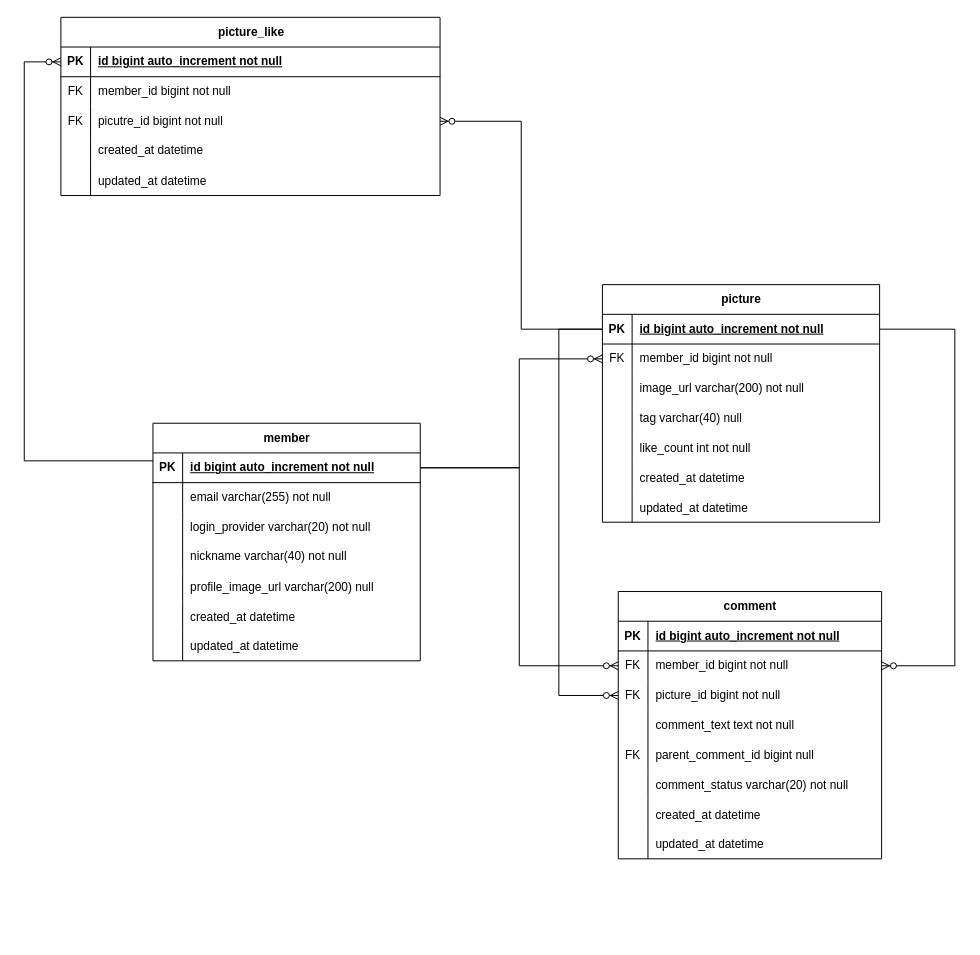
Earlier version of the draw.io diagram src/main/resources/soongan-backend-erd.drawio (captures-2024/soongan-backend). Source tidied: cells renumbered, new cells numbered last; positions are measured from the earlier drawing's top-left corner, leaving out a move shared by most shapes. Both pictures are drawn from the tidied source at 99%, with x=0, y=0 at pixel (24, 17).
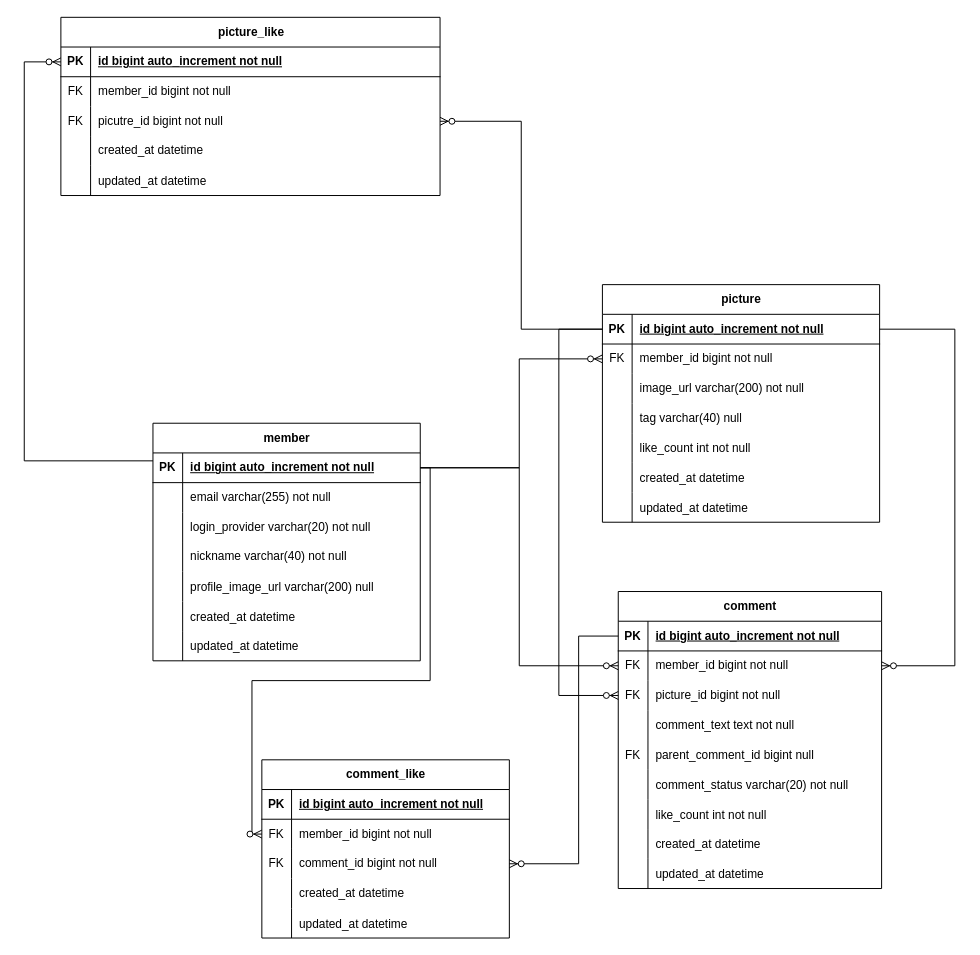
The same page after the edit.

The change refers to these unchanged cells:
```xml
<mxCell id="3" style="shape=tableRow;horizontal=0;startSize=0;swimlaneHead=0;swimlaneBody=0;fillColor=none;points=[[0,0.5],[1,0.5]];portConstraint=eastwest;top=0;left=0;right=0;bottom=1;" parent="2" vertex="1">
  <mxGeometry y="30" width="270" height="30" as="geometry" />
</mxCell>
<mxCell id="68" style="shape=tableRow;horizontal=0;startSize=0;swimlaneHead=0;swimlaneBody=0;fillColor=none;points=[[0,0.5],[1,0.5]];portConstraint=eastwest;top=0;left=0;right=0;bottom=1;" parent="67" vertex="1">
  <mxGeometry y="30" width="266" height="30" as="geometry" />
</mxCell>
```

The edit, as a diff of the source:
```diff
@@
     <mxCell id="67" value="comment" style="shape=table;startSize=30;childLayout=tableLayout;rowLines=0;fontStyle=1;align=center;html=1;" parent="1" vertex="1">
-      <mxGeometry x="600" y="580" width="266" height="270" as="geometry" />
+      <mxGeometry x="600" y="580" width="266" height="300" as="geometry" />
     </mxCell>
@@
+    <mxCell id="93" style="shape=tableRow;horizontal=0;startSize=0;swimlaneHead=0;swimlaneBody=0;fillColor=none;top=0;left=0;right=0;bottom=0;" parent="67" vertex="1">
+      <mxGeometry y="210" width="266" height="30" as="geometry" />
+    </mxCell>
+    <mxCell id="94" style="shape=partialRectangle;fillColor=none;top=0;left=0;bottom=0;right=0;overflow=hidden;" parent="93" vertex="1">
+      <mxGeometry width="30" height="30" as="geometry" />
+    </mxCell>
+    <mxCell id="95" value="like_count int not null" style="shape=partialRectangle;fillColor=none;top=0;left=0;bottom=0;right=0;align=left;spacingLeft=6;overflow=hidden;" parent="93" vertex="1">
+      <mxGeometry x="30" width="236" height="30" as="geometry" />
+    </mxCell>
     <mxCell id="86" style="shape=tableRow;horizontal=0;startSize=0;swimlaneHead=0;swimlaneBody=0;fillColor=none;top=0;left=0;right=0;bottom=0;" parent="67" vertex="1">
-      <mxGeometry y="210" width="266" height="30" as="geometry" />
+      <mxGeometry y="240" width="266" height="30" as="geometry" />
     </mxCell>
@@
     <mxCell id="89" style="shape=tableRow;horizontal=0;startSize=0;swimlaneHead=0;swimlaneBody=0;fillColor=none;top=0;left=0;right=0;bottom=0;" parent="67" vertex="1">
-      <mxGeometry y="240" width="266" height="30" as="geometry" />
+      <mxGeometry y="270" width="266" height="30" as="geometry" />
     </mxCell>
@@
+    <mxCell id="96" value="comment_like" style="shape=table;startSize=30;childLayout=tableLayout;rowLines=0;fontStyle=1;align=center;html=1;" parent="1" vertex="1">
+      <mxGeometry x="240" y="750" width="250" height="180" as="geometry" />
+    </mxCell>
+    <mxCell id="97" style="shape=tableRow;horizontal=0;startSize=0;swimlaneHead=0;swimlaneBody=0;fillColor=none;top=0;left=0;right=0;bottom=1;" parent="96" vertex="1">
+      <mxGeometry y="30" width="250" height="30" as="geometry" />
+    </mxCell>
+    <mxCell id="98" value="PK" style="shape=partialRectangle;fillColor=none;top=0;left=0;bottom=0;right=0;fontStyle=1;overflow=hidden;whiteSpace=wrap;html=1;" parent="97" vertex="1">
+      <mxGeometry width="30" height="30" as="geometry" />
+    </mxCell>
+    <mxCell id="99" value="id bigint auto_increment not null" style="shape=partialRectangle;fillColor=none;top=0;left=0;bottom=0;right=0;align=left;spacingLeft=6;fontStyle=5;overflow=hidden;whiteSpace=wrap;html=1;" parent="97" vertex="1">
+      <mxGeometry x="30" width="220" height="30" as="geometry" />
+    </mxCell>
+    <mxCell id="100" style="shape=tableRow;horizontal=0;startSize=0;swimlaneHead=0;swimlaneBody=0;fillColor=none;points=[[0,0.5],[1,0.5]];portConstraint=eastwest;top=0;left=0;right=0;bottom=0;" parent="96" vertex="1">
+      <mxGeometry y="60" width="250" height="30" as="geometry" />
+    </mxCell>
+    <mxCell id="101" value="FK" style="shape=partialRectangle;fillColor=none;top=0;left=0;bottom=0;right=0;overflow=hidden;whiteSpace=wrap;html=1;" parent="100" vertex="1">
+      <mxGeometry width="30" height="30" as="geometry" />
+    </mxCell>
+    <mxCell id="102" value="member_id bigint not null" style="shape=partialRectangle;fillColor=none;top=0;left=0;bottom=0;right=0;align=left;spacingLeft=6;overflow=hidden;whiteSpace=wrap;html=1;" parent="100" vertex="1">
+      <mxGeometry x="30" width="220" height="30" as="geometry" />
+    </mxCell>
+    <mxCell id="103" style="shape=tableRow;horizontal=0;startSize=0;swimlaneHead=0;swimlaneBody=0;fillColor=none;points=[[0,0.5],[1,0.5]];portConstraint=eastwest;top=0;left=0;right=0;bottom=0;" parent="96" vertex="1">
+      <mxGeometry y="90" width="250" height="30" as="geometry" />
+    </mxCell>
+    <mxCell id="104" value="FK" style="shape=partialRectangle;fillColor=none;top=0;left=0;bottom=0;right=0;overflow=hidden;whiteSpace=wrap;html=1;" parent="103" vertex="1">
+      <mxGeometry width="30" height="30" as="geometry" />
+    </mxCell>
+    <mxCell id="105" value="comment_id bigint not null" style="shape=partialRectangle;fillColor=none;top=0;left=0;bottom=0;right=0;align=left;spacingLeft=6;overflow=hidden;whiteSpace=wrap;html=1;" parent="103" vertex="1">
+      <mxGeometry x="30" width="220" height="30" as="geometry" />
+    </mxCell>
+    <mxCell id="106" style="shape=tableRow;horizontal=0;startSize=0;swimlaneHead=0;swimlaneBody=0;fillColor=none;top=0;left=0;right=0;bottom=0;" parent="96" vertex="1">
+      <mxGeometry y="120" width="250" height="30" as="geometry" />
+    </mxCell>
+    <mxCell id="107" style="shape=partialRectangle;fillColor=none;top=0;left=0;bottom=0;right=0;overflow=hidden;whiteSpace=wrap;html=1;" parent="106" vertex="1">
+      <mxGeometry width="30" height="30" as="geometry" />
+    </mxCell>
+    <mxCell id="108" value="created_at datetime" style="shape=partialRectangle;fillColor=none;top=0;left=0;bottom=0;right=0;align=left;spacingLeft=6;overflow=hidden;whiteSpace=wrap;html=1;" parent="106" vertex="1">
+      <mxGeometry x="30" width="220" height="30" as="geometry" />
+    </mxCell>
+    <mxCell id="109" style="shape=tableRow;horizontal=0;startSize=0;swimlaneHead=0;swimlaneBody=0;fillColor=none;top=0;left=0;right=0;bottom=0;" parent="96" vertex="1">
+      <mxGeometry y="150" width="250" height="30" as="geometry" />
+    </mxCell>
+    <mxCell id="110" style="shape=partialRectangle;fillColor=none;top=0;left=0;bottom=0;right=0;overflow=hidden;" parent="109" vertex="1">
+      <mxGeometry width="30" height="30" as="geometry" />
+    </mxCell>
+    <mxCell id="111" value="updated_at datetime" style="shape=partialRectangle;fillColor=none;top=0;left=0;bottom=0;right=0;align=left;spacingLeft=6;overflow=hidden;" parent="109" vertex="1">
+      <mxGeometry x="30" width="220" height="30" as="geometry" />
+    </mxCell>
+    <mxCell id="112" style="fontSize=12;html=1;endArrow=ERzeroToMany;endFill=1;rounded=0;entryX=0;entryY=0.5;entryDx=0;entryDy=0;edgeStyle=orthogonalEdgeStyle;" parent="1" edge="1" source="3" target="100">
+      <mxGeometry relative="1" as="geometry">
+        <Array as="points">
+          <mxPoint x="410" y="455" />
+          <mxPoint x="410" y="670" />
+          <mxPoint x="230" y="670" />
+          <mxPoint x="230" y="825" />
+        </Array>
+      </mxGeometry>
+    </mxCell>
+    <mxCell id="113" style="edgeStyle=orthogonalEdgeStyle;fontSize=12;html=1;endArrow=ERzeroToMany;endFill=1;rounded=0;exitX=0;exitY=0.5;exitDx=0;exitDy=0;" parent="1" edge="1" source="68" target="103">
+      <mxGeometry relative="1" as="geometry">
+        <Array as="points">
+          <mxPoint x="560" y="625" />
+          <mxPoint x="560" y="855" />
+        </Array>
+      </mxGeometry>
+    </mxCell>
```
